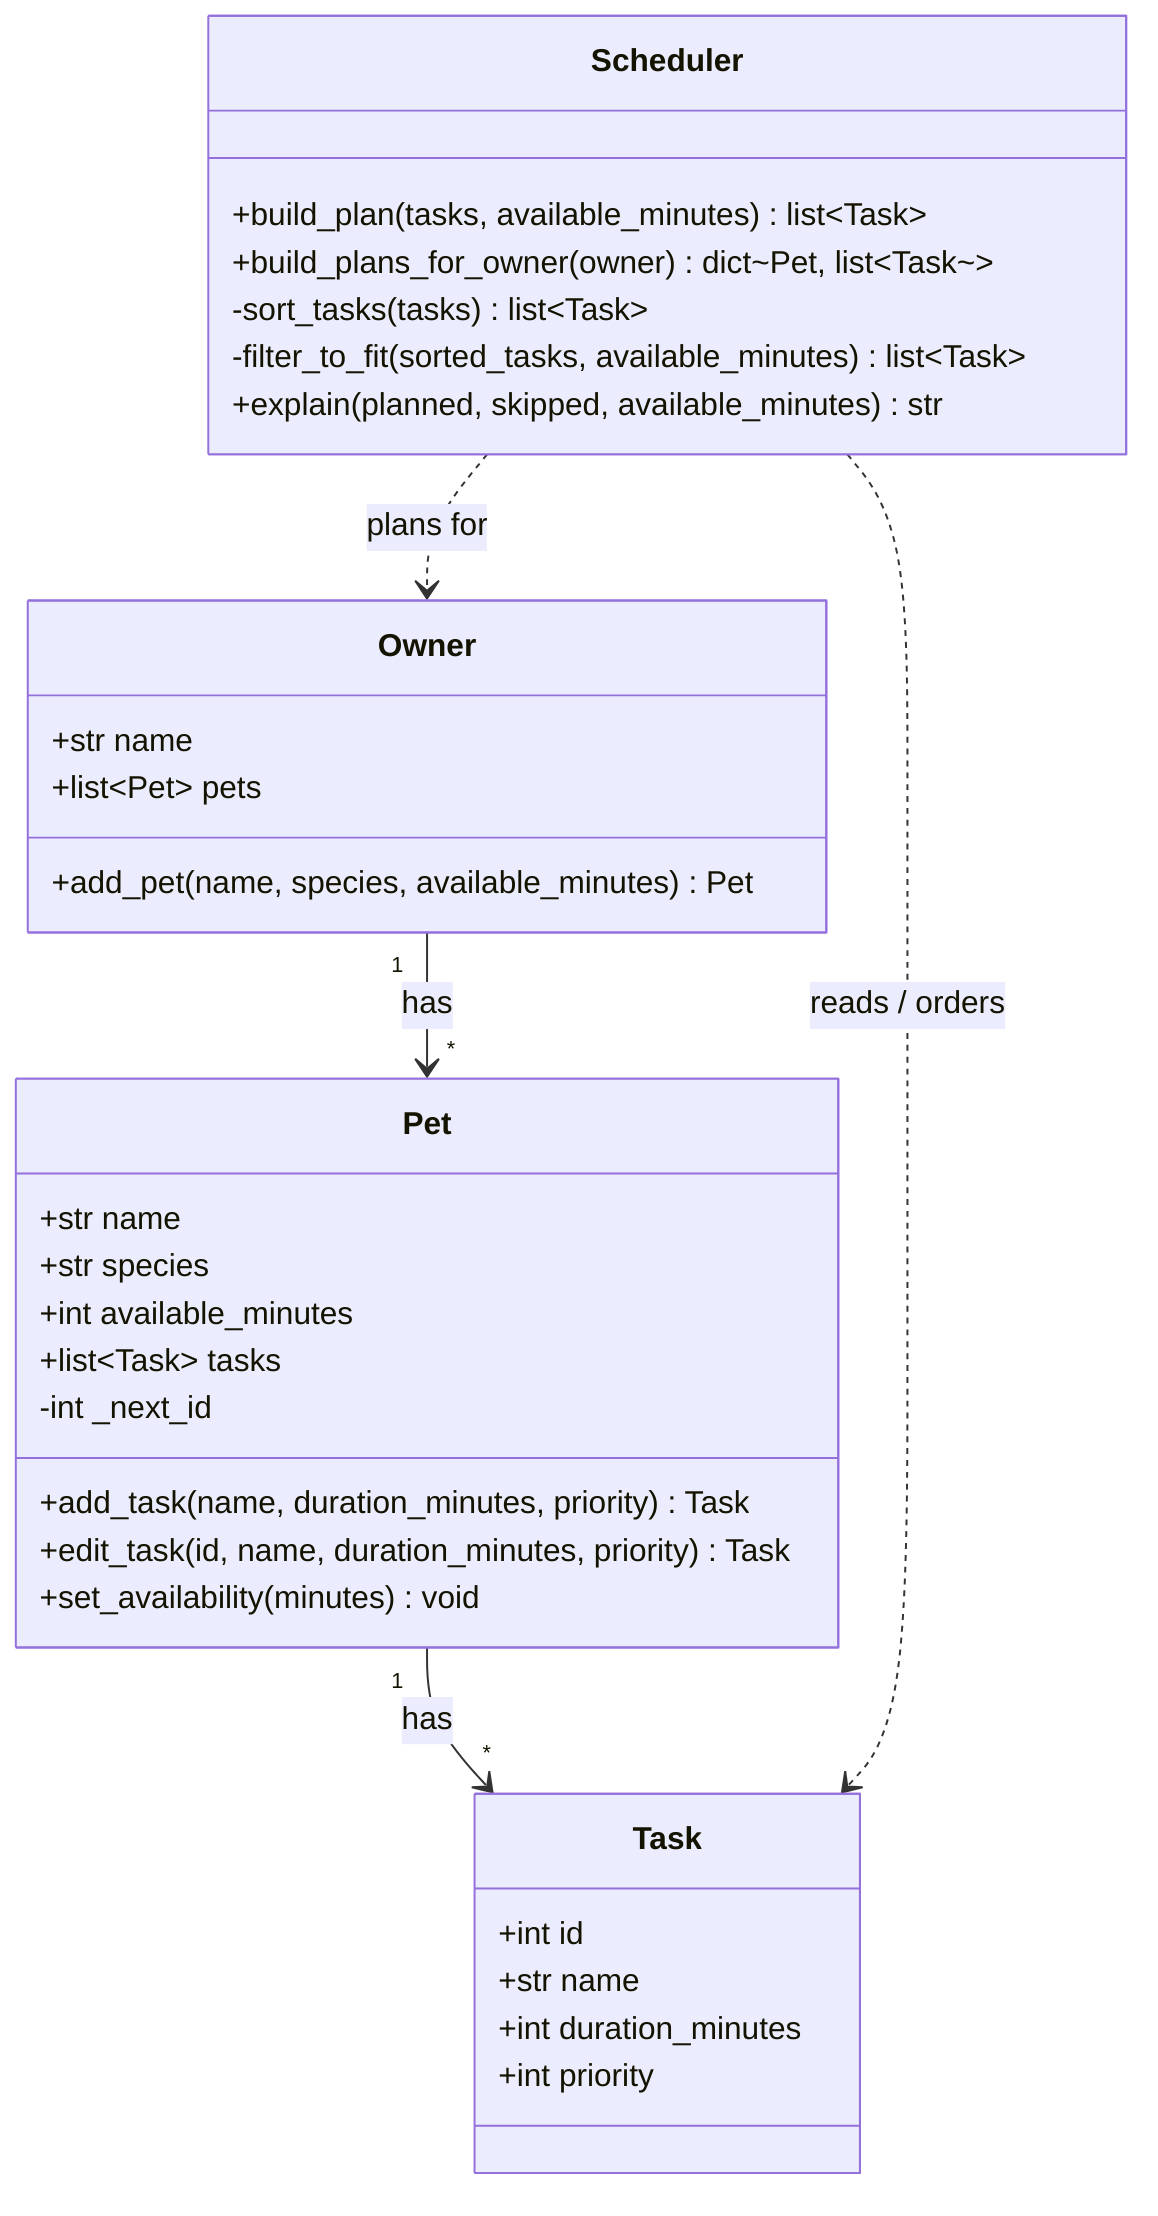
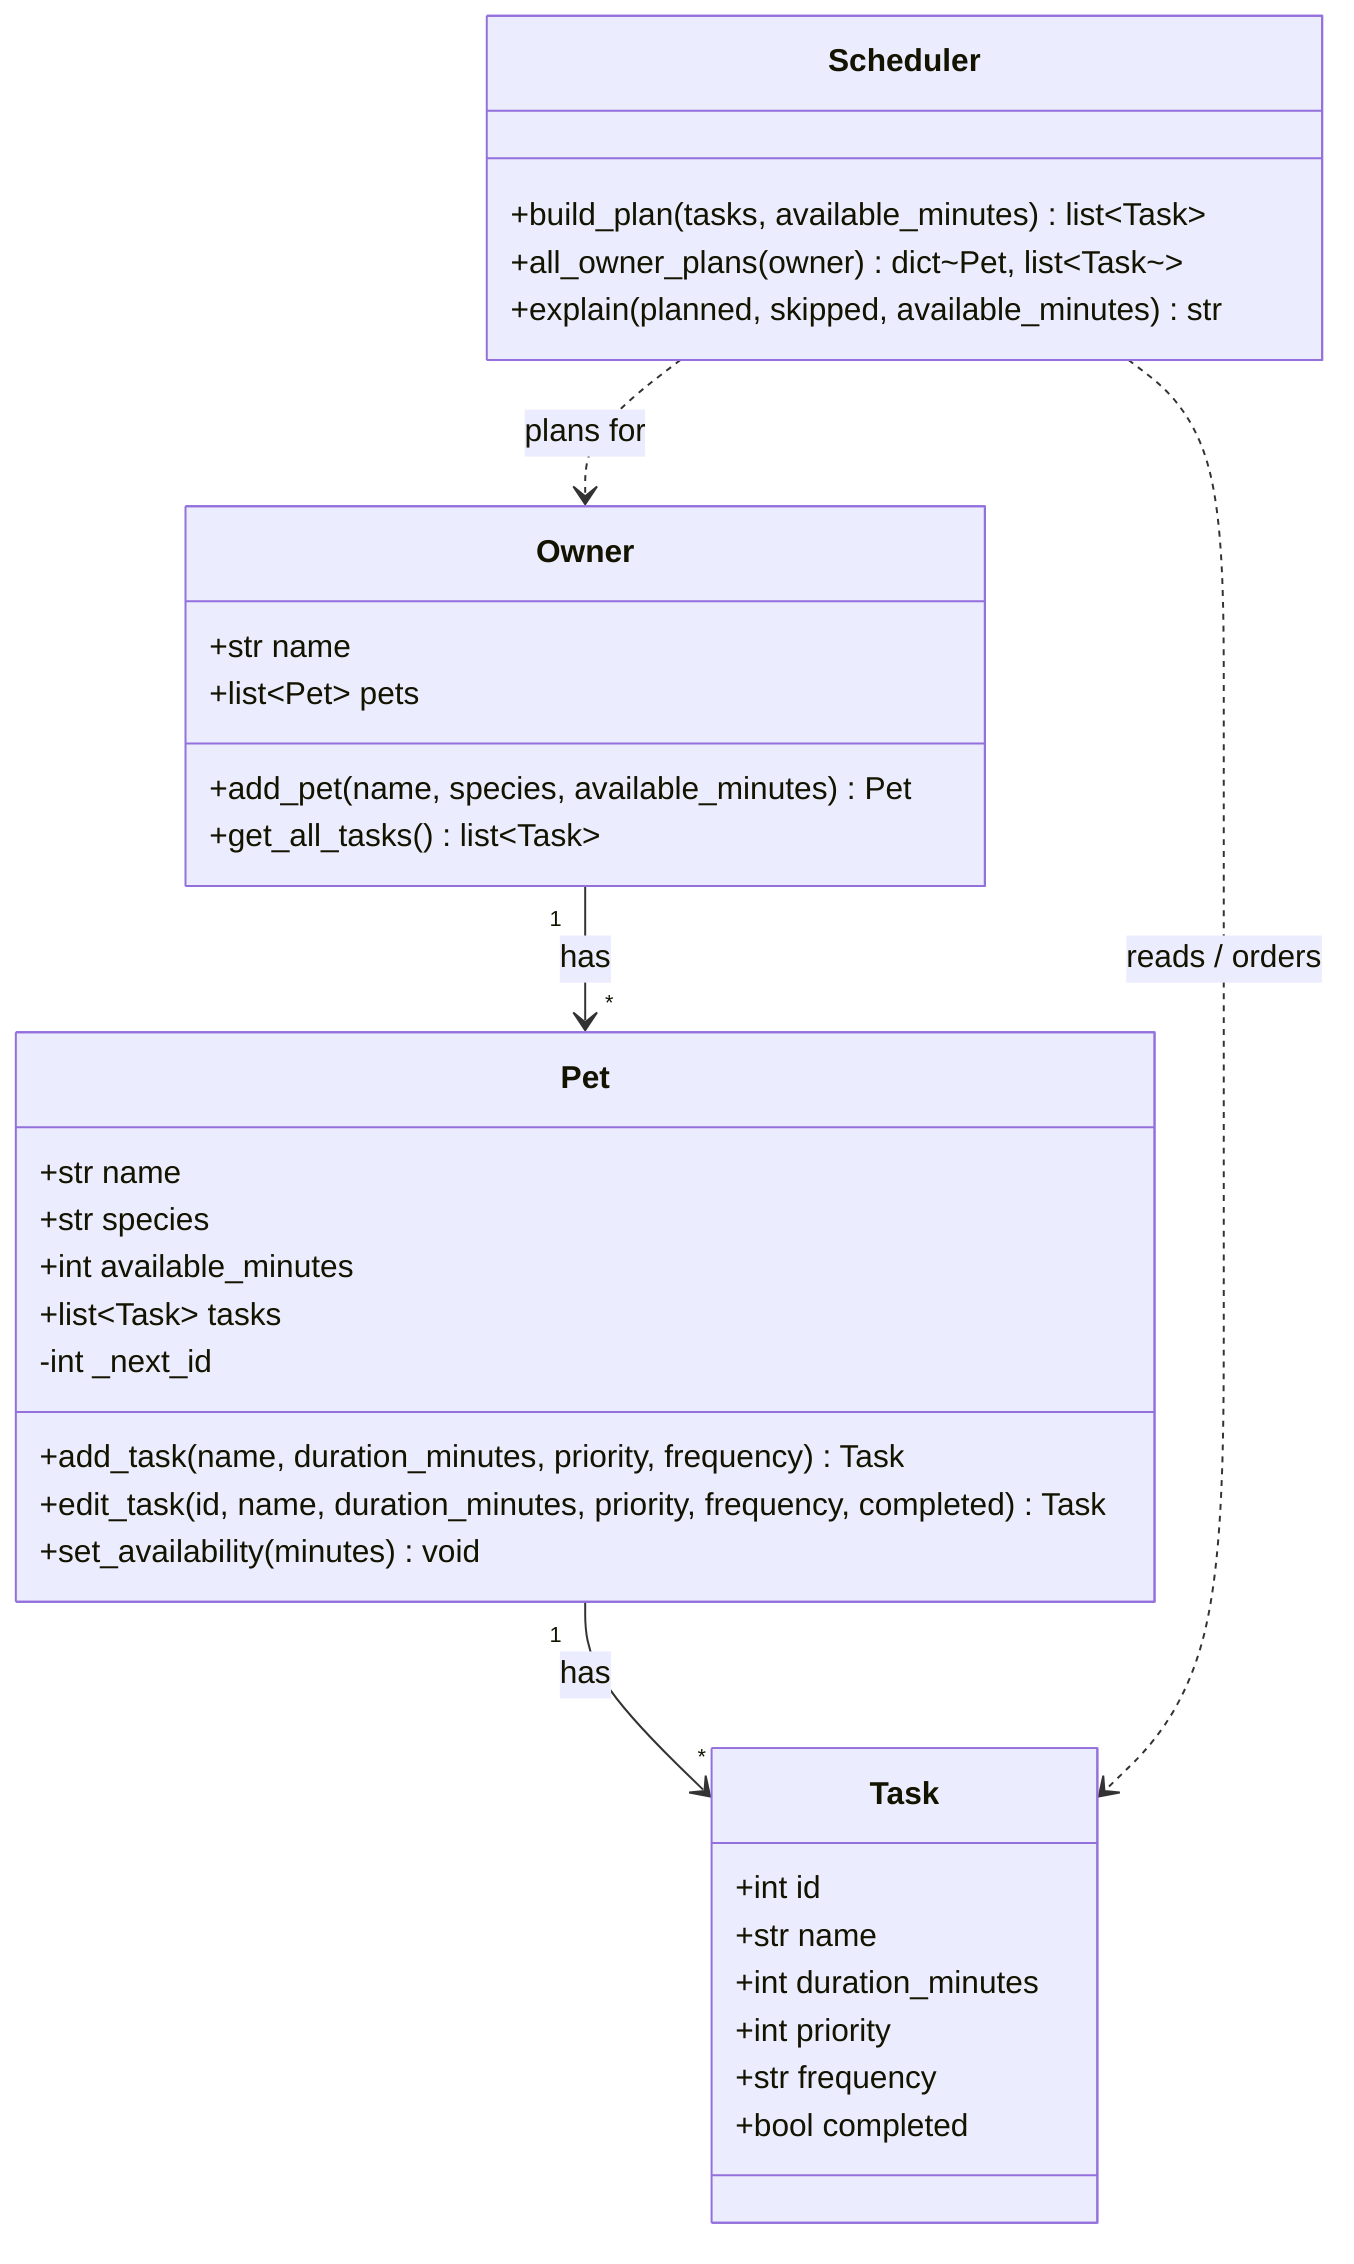
classDiagram
    %% PawPal+ — plans a pet owner's daily care tasks within a time budget.
    %% Priority is stored as a number internally (higher = more important);
    %% the UI maps it to/from labels (high / medium / low).

    class Task {
        +int id
        +str name
        +int duration_minutes
        +int priority
+         +str frequency
+         +bool completed
    }

    class Pet {
        +str name
        +str species
        +int available_minutes
        +list~Task~ tasks
        -int _next_id
-         +add_task(name, duration_minutes, priority) Task
-         +edit_task(id, name, duration_minutes, priority) Task
+         +add_task(name, duration_minutes, priority, frequency) Task
+         +edit_task(id, name, duration_minutes, priority, frequency, completed) Task
        +set_availability(minutes) void
    }

    class Owner {
        +str name
        +list~Pet~ pets
        +add_pet(name, species, available_minutes) Pet
+         +get_all_tasks() list~Task~
    }

    class Scheduler {
        +build_plan(tasks, available_minutes) list~Task~
-         +build_plans_for_owner(owner) dict~Pet, list~Task~~
-         -sort_tasks(tasks) list~Task~
-         -filter_to_fit(sorted_tasks, available_minutes) list~Task~
+         +all_owner_plans(owner) dict~Pet, list~Task~~
        +explain(planned, skipped, available_minutes) str
    }

    Owner "1" --> "*" Pet : has
    Pet "1" --> "*" Task : has
    Scheduler ..> Owner : plans for
    Scheduler ..> Task : reads / orders

    %% ────────────────────────────────────────────────────────────
    %% Design notes (kept from brainstorming — not part of the diagram)
    %%
    %% ANALYZING THE CASE
    %%   pet owner with a pet/pets
    %%   actions for assistant/code:
    %%     track pet care tasks (walk, feeding, meds, grooming etc)
    %%     consider constraints for owner (time availability, priority)
    %%     produce a daily plan for owner and explain why
    %%
    %% SCENARIO
    %%   - owner navigates to the app
    %%   - adds/edits tasks (duration + priority) + how much time they have
    %%   - app generates a daily plan based on constraints and priority
    %%   - displays the plan clearly, explaining the reasoning too
    %%   - tests: tasks shouldn't exceed available time; priority is honored
    %%
    %% KEY DESIGN DECISIONS
    %%   - No fixed clock times: output an ORDERED list of tasks + durations
    %%     that fits the time budget; owner decides when to do each.
    %%   - Sort strictly by priority, then shortest-duration as tie-break.
    %%   - Filter = "skip and keep going": if a task doesn't fit, skip it and
    %%     try the next, so leftover time isn't wasted. Greedy, not optimal.
    %%   - Tasks live on the Pet; an Owner has many Pets. For a multi-pet
    %%     owner we produce ONE schedule PER PET (not one combined plan).
    %%   - available_minutes lives on each Pet: the owner allocates time per pet
    %%     (e.g. 60 min dog, 30 min cat). Each pet is scheduled against its own
    %%     budget. Simplification: no owner-wide total cap across all pets.
    %%   - Each Task has a unique id (name isn't unique). Owner keeps a
    %%     _next_id counter so ids are deterministic (1, 2, 3...) — good
    %%     for tests. edit_task finds a task by id. No parallel name->id
    %%     index: the task list is the single source of truth.
